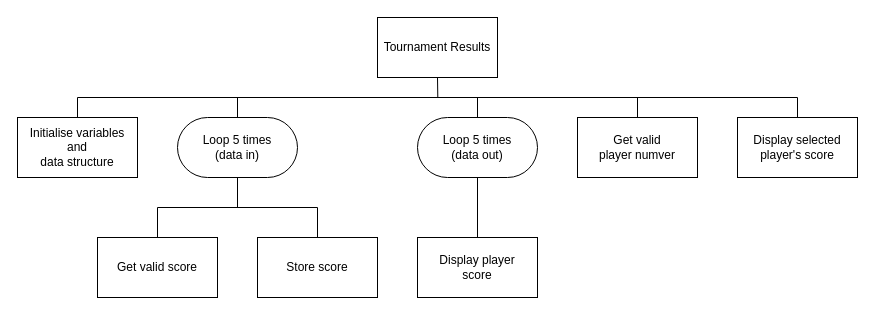
This is page "sd1" (1 of 2) of n5-cs/sdd/N5-SDD-Arcade/assets/N5 SDD Arcade.drawio from MrFriendCS/MrFriendCS.github.io, a draw.io file, before an edit. Source tidied: cells renumbered, new cells numbered last; positions are measured from the earlier drawing's top-left corner, leaving out a move shared by most shapes. Both pictures are drawn from the tidied source at 100%, with x=0, y=0 at pixel (17, 17).
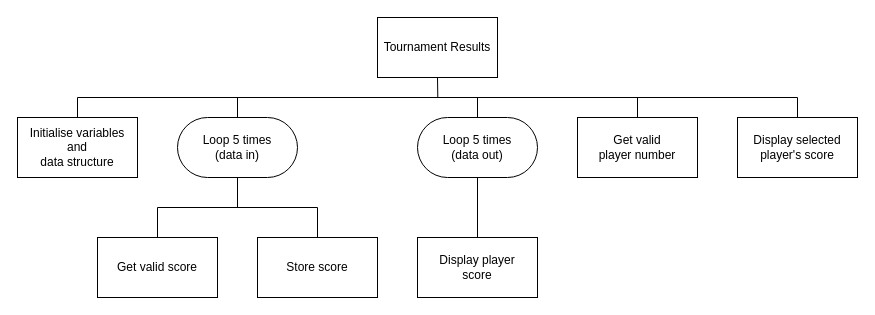
Above is the later version.

The edit, as a diff of the source:
```diff
@@
-    <mxCell id="21" value="Get valid&lt;div&gt;player numver&lt;/div&gt;" style="rounded=0;whiteSpace=wrap;html=1;fillColor=none;" parent="1" vertex="1">
+    <mxCell id="21" value="Get valid&lt;div&gt;player number&lt;/div&gt;" style="rounded=0;whiteSpace=wrap;html=1;fillColor=none;" parent="1" vertex="1">
       <mxGeometry x="560" y="100" width="120" height="60" as="geometry" />
     </mxCell>
```
